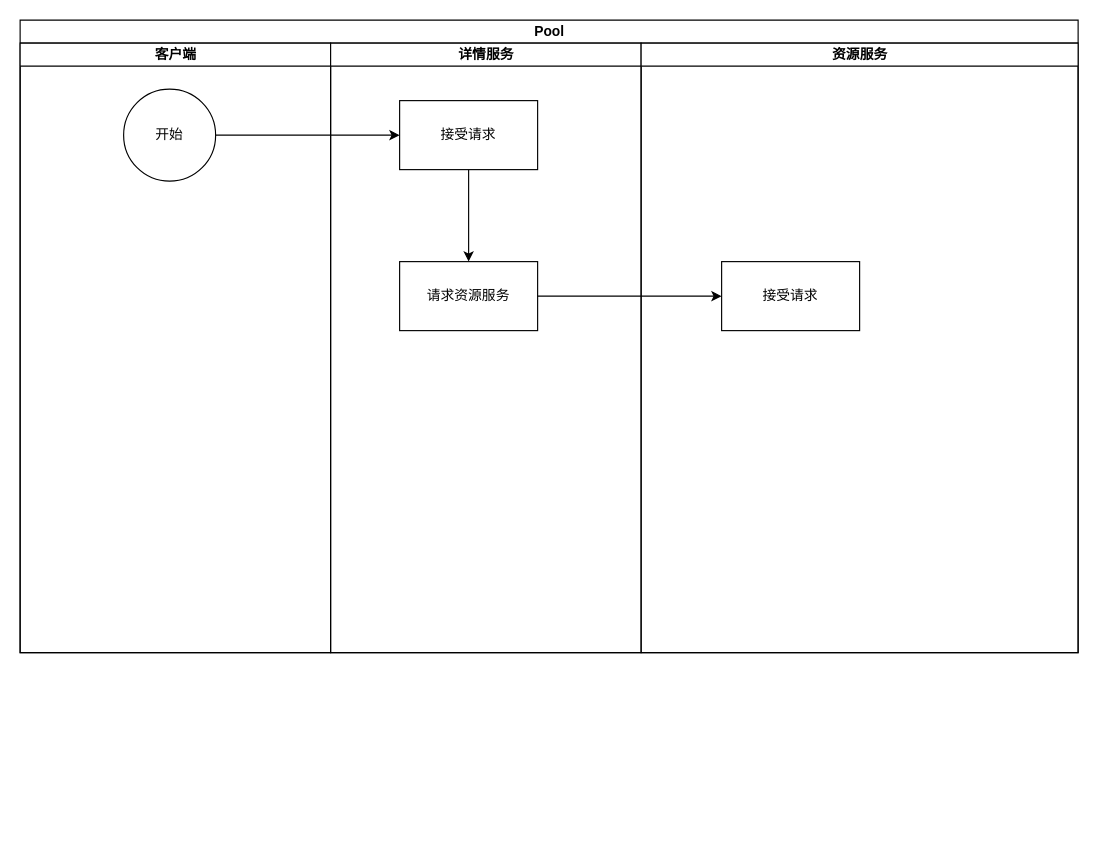
ETHAN0430/draw.io.repo keeps this draw.io diagram as 21941448 详情页新增AI简介.drawio. Above is the earlier version. Source tidied: cells renumbered, new cells numbered last; positions are measured from the earlier drawing's top-left corner, leaving out a move shared by most shapes. Both pictures are drawn from the tidied source at 115%, with x=0, y=0 at pixel (20, 20).
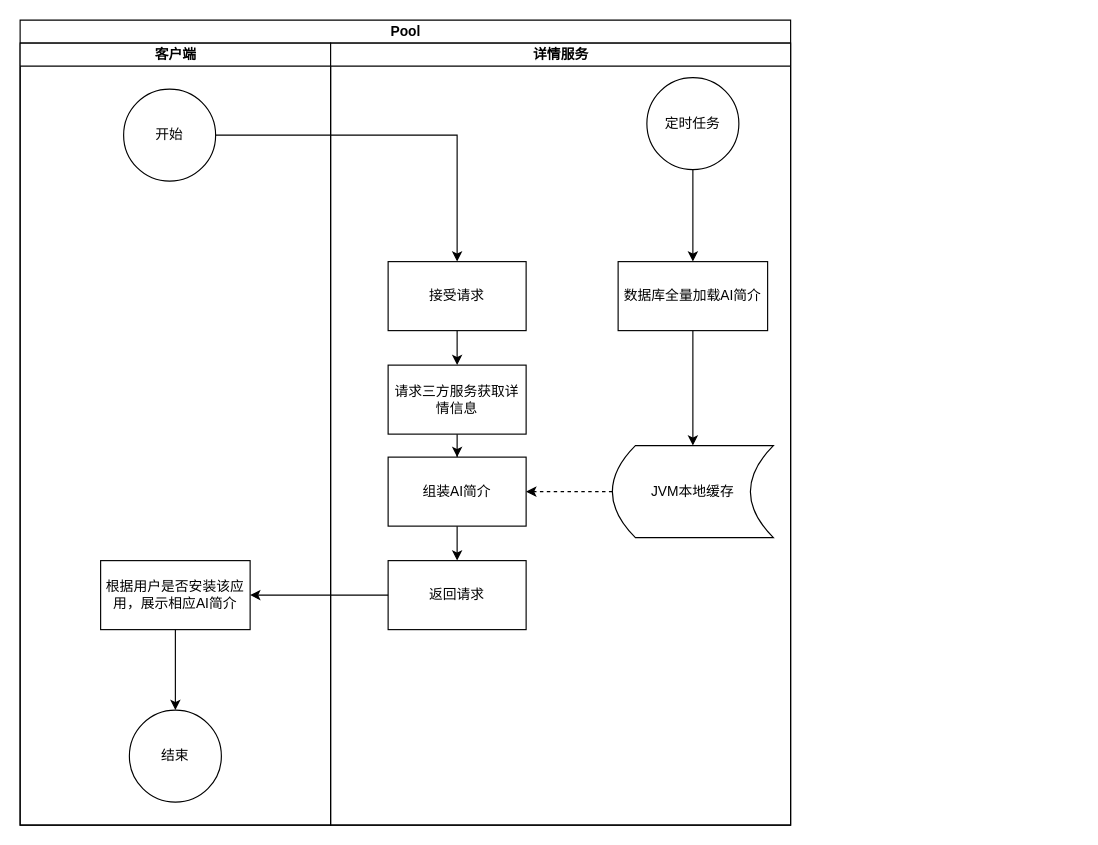
Above is the later version.

Commit message (it also covers changes not shown here):
更新21941448 详情页新增AI简介.drawio

The change refers to these unchanged cells:
```xml
<mxCell id="4" value="开始" style="ellipse;whiteSpace=wrap;html=1;" parent="3" vertex="1">
  <mxGeometry x="90" y="40" width="80" height="80" as="geometry" />
</mxCell>
```

The edit, as a diff of the source:
```diff
@@
     <mxCell id="2" value="Pool" style="swimlane;startSize=20;html=1;" parent="1" vertex="1">
-      <mxGeometry width="920" height="550" as="geometry" />
+      <mxGeometry width="670" height="700" as="geometry" />
     </mxCell>
     <mxCell id="3" value="客户端" style="swimlane;startSize=20;html=1;" parent="2" vertex="1">
-      <mxGeometry y="20" width="270" height="530" as="geometry" />
+      <mxGeometry y="20" width="270" height="680" as="geometry" />
     </mxCell>
@@
-    <mxCell id="5" value="详情服务" style="swimlane;startSize=20;html=1;" parent="2" vertex="1">
-      <mxGeometry x="270" y="20" width="270" height="530" as="geometry" />
-    </mxCell>
-    <mxCell id="6" style="edgeStyle=orthogonalEdgeStyle;rounded=0;jettySize=auto;html=1;" parent="5" edge="1" source="7" target="8">
-      <mxGeometry relative="1" as="geometry" />
-    </mxCell>
-    <mxCell id="7" value="接受请求" style="whiteSpace=wrap;html=1;" parent="5" vertex="1">
-      <mxGeometry x="60" y="50" width="120" height="60" as="geometry" />
-    </mxCell>
-    <mxCell id="8" value="请求资源服务" style="whiteSpace=wrap;html=1;" parent="5" vertex="1">
-      <mxGeometry x="60" y="190" width="120" height="60" as="geometry" />
-    </mxCell>
+    <mxCell id="13" style="edgeStyle=orthogonalEdgeStyle;rounded=0;jettySize=auto;html=1;" parent="3" edge="1" source="14" target="15">
+      <mxGeometry relative="1" as="geometry" />
+    </mxCell>
+    <mxCell id="14" value="根据用户是否安装该应用，展示相应AI简介" style="whiteSpace=wrap;html=1;" parent="3" vertex="1">
+      <mxGeometry x="70" y="450" width="130" height="60" as="geometry" />
+    </mxCell>
+    <mxCell id="15" value="结束" style="ellipse;whiteSpace=wrap;html=1;" parent="3" vertex="1">
+      <mxGeometry x="95" y="580" width="80" height="80" as="geometry" />
+    </mxCell>
+    <mxCell id="11" style="edgeStyle=orthogonalEdgeStyle;rounded=0;jettySize=auto;html=1;entryX=0.5;entryY=0;entryDx=0;entryDy=0;" parent="2" edge="1" source="4" target="10">
+      <mxGeometry relative="1" as="geometry" />
+    </mxCell>
-    <mxCell id="9" value="资源服务" style="swimlane;startSize=20;html=1;" parent="2" vertex="1">
-      <mxGeometry x="540" y="20" width="380" height="530" as="geometry" />
+    <mxCell id="9" value="详情服务" style="swimlane;startSize=20;html=1;" parent="2" vertex="1">
+      <mxGeometry x="270" y="20" width="400" height="680" as="geometry" />
     </mxCell>
+    <mxCell id="16" style="edgeStyle=orthogonalEdgeStyle;rounded=0;jettySize=auto;html=1;" parent="9" edge="1" source="10" target="18">
+      <mxGeometry relative="1" as="geometry" />
+    </mxCell>
     <mxCell id="10" value="接受请求" style="whiteSpace=wrap;html=1;" parent="9" vertex="1">
-      <mxGeometry x="70" y="190" width="120" height="60" as="geometry" />
+      <mxGeometry x="50" y="190" width="120" height="60" as="geometry" />
     </mxCell>
-    <mxCell id="11" style="edgeStyle=orthogonalEdgeStyle;rounded=0;jettySize=auto;html=1;" parent="2" edge="1" source="4" target="7">
-      <mxGeometry relative="1" as="geometry" />
-    </mxCell>
-    <mxCell id="12" style="edgeStyle=orthogonalEdgeStyle;rounded=0;jettySize=auto;html=1;" parent="2" edge="1" source="8" target="10">
-      <mxGeometry relative="1" as="geometry" />
-    </mxCell>
+    <mxCell id="17" style="edgeStyle=orthogonalEdgeStyle;rounded=0;jettySize=auto;html=1;" parent="9" edge="1" source="18" target="26">
+      <mxGeometry relative="1" as="geometry" />
+    </mxCell>
+    <mxCell id="18" value="请求三方服务获取详情信息" style="whiteSpace=wrap;html=1;" parent="9" vertex="1">
+      <mxGeometry x="50" y="280" width="120" height="60" as="geometry" />
+    </mxCell>
+    <mxCell id="19" style="edgeStyle=orthogonalEdgeStyle;rounded=0;jettySize=auto;html=1;" parent="9" edge="1" source="20" target="22">
+      <mxGeometry relative="1" as="geometry" />
+    </mxCell>
+    <mxCell id="20" value="定时任务" style="ellipse;whiteSpace=wrap;html=1;" parent="9" vertex="1">
+      <mxGeometry x="275" y="30" width="80" height="80" as="geometry" />
+    </mxCell>
+    <mxCell id="21" style="edgeStyle=orthogonalEdgeStyle;rounded=0;jettySize=auto;html=1;entryX=0.5;entryY=0;entryDx=0;entryDy=0;" parent="9" edge="1" source="22" target="24">
+      <mxGeometry relative="1" as="geometry" />
+    </mxCell>
+    <mxCell id="22" value="数据库全量加载AI简介" style="whiteSpace=wrap;html=1;" parent="9" vertex="1">
+      <mxGeometry x="250" y="190" width="130" height="60" as="geometry" />
+    </mxCell>
+    <mxCell id="23" style="edgeStyle=orthogonalEdgeStyle;rounded=0;jettySize=auto;html=1;entryX=1;entryY=0.5;entryDx=0;entryDy=0;dashed=1;" parent="9" edge="1" source="24" target="26">
+      <mxGeometry relative="1" as="geometry" />
+    </mxCell>
+    <mxCell id="24" value="JVM本地缓存" style="shape=dataStorage;whiteSpace=wrap;html=1;fixedSize=1;" parent="9" vertex="1">
+      <mxGeometry x="245" y="350" width="140" height="80" as="geometry" />
+    </mxCell>
+    <mxCell id="25" style="edgeStyle=orthogonalEdgeStyle;rounded=0;jettySize=auto;html=1;" parent="9" edge="1" source="26" target="27">
+      <mxGeometry relative="1" as="geometry" />
+    </mxCell>
+    <mxCell id="26" value="组装AI简介" style="whiteSpace=wrap;html=1;" parent="9" vertex="1">
+      <mxGeometry x="50" y="360" width="120" height="60" as="geometry" />
+    </mxCell>
+    <mxCell id="27" value="返回请求" style="whiteSpace=wrap;html=1;" parent="9" vertex="1">
+      <mxGeometry x="50" y="450" width="120" height="60" as="geometry" />
+    </mxCell>
+    <mxCell id="28" style="edgeStyle=orthogonalEdgeStyle;rounded=0;jettySize=auto;html=1;entryX=1;entryY=0.5;entryDx=0;entryDy=0;" parent="2" edge="1" source="27" target="14">
+      <mxGeometry relative="1" as="geometry" />
+    </mxCell>
```
